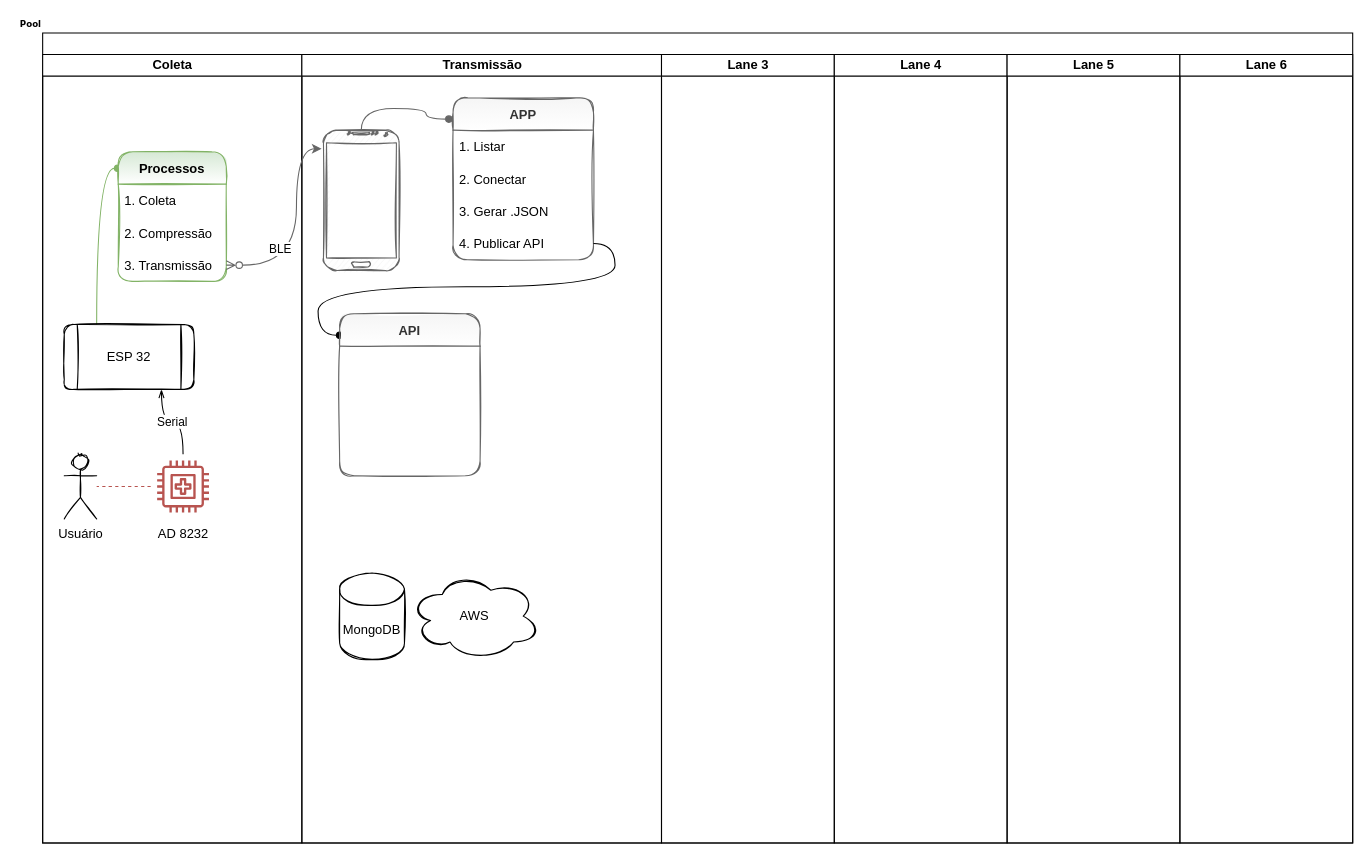
iamcalegari/app-ic keeps this draw.io diagram as Untitled Diagram.drawio. Above is the earlier version. Source tidied: cells renumbered, new cells numbered last; positions are measured from the earlier drawing's top-left corner, leaving out a move shared by most shapes. Both pictures are drawn from the tidied source at 108%, with x=0, y=0 at pixel (42, 32). Pictures stored in the file or linked from it are replaced by grey dashed boxes.
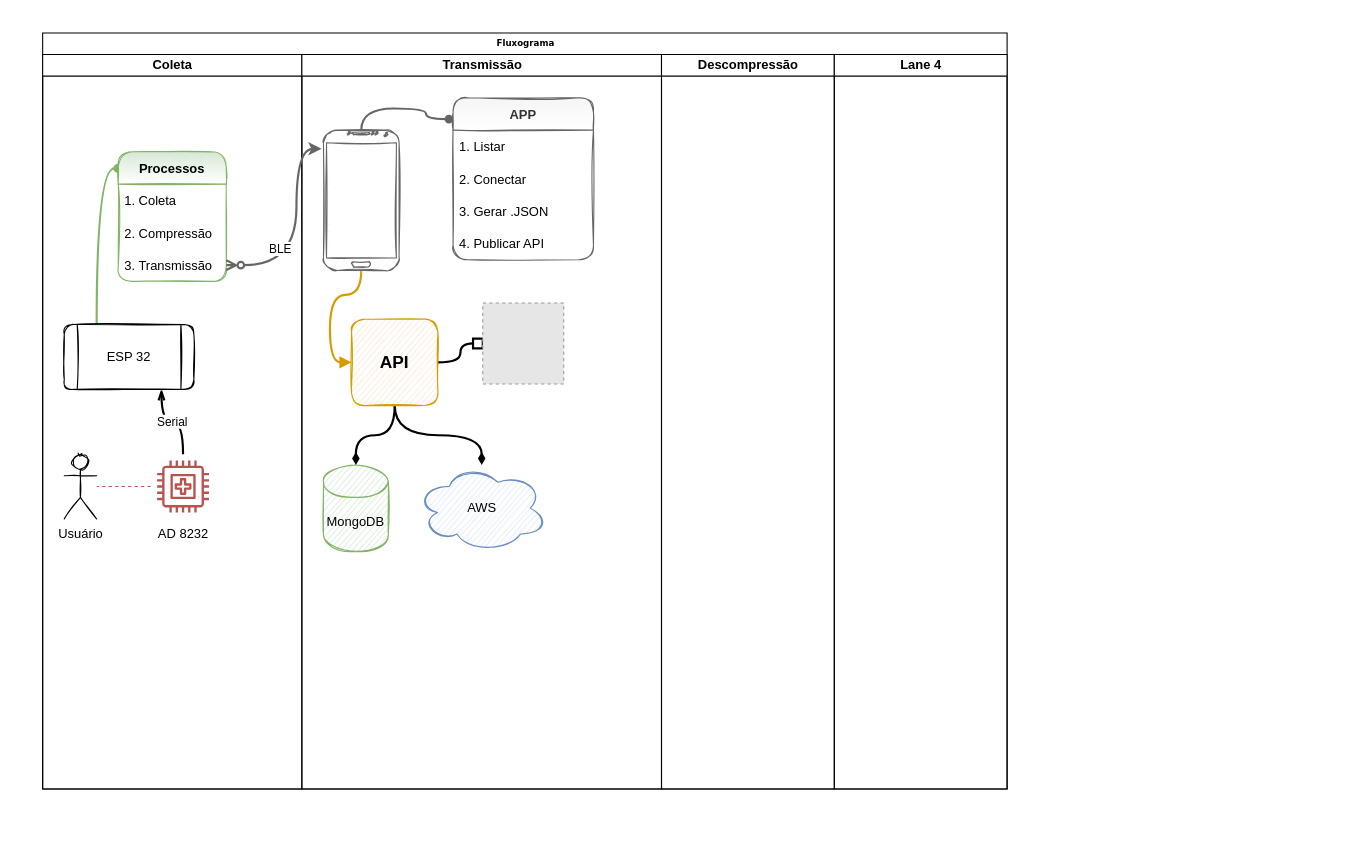
Above is the later version.

The change refers to these unchanged cells:
```xml
<mxCell id="7" value="AD 8232" style="sketch=0;outlineConnect=0;strokeColor=#b85450;fillColor=none;dashed=0;verticalLabelPosition=bottom;verticalAlign=top;align=center;html=1;fontSize=12;fontStyle=0;shape=mxgraph.aws4.resourceIcon;resIcon=mxgraph.aws4.medical_emergency;shadow=0;" parent="3" vertex="1">
  <mxGeometry x="100" y="370" width="60" height="60" as="geometry" />
</mxCell>
<mxCell id="9" value="ESP 32" style="shape=process;whiteSpace=wrap;html=1;backgroundOutline=1;glass=0;rounded=1;sketch=1;" parent="3" vertex="1">
  <mxGeometry x="20" y="250" width="120" height="60" as="geometry" />
</mxCell>
<mxCell id="10" value="Processos" style="swimlane;fontStyle=1;horizontal=1;startSize=30;glass=0;sketch=1;rounded=1;fillColor=#d5e8d4;strokeColor=#82b366;gradientColor=#ffffff;" parent="3" vertex="1">
  <mxGeometry x="70" y="90" width="100" height="120" as="geometry" />
</mxCell>
<mxCell id="13" value="3. Transmissão" style="text;strokeColor=none;fillColor=none;align=left;verticalAlign=middle;spacingLeft=4;spacingRight=4;overflow=hidden;points=[[0,0.5],[1,0.5]];portConstraint=eastwest;" parent="10" vertex="1">
  <mxGeometry y="90" width="100" height="30" as="geometry" />
</mxCell>
<mxCell id="16" style="verticalLabelPosition=bottom;verticalAlign=top;html=1;shadow=0;dashed=0;strokeWidth=1;shape=mxgraph.android.phone2;strokeColor=#666666;rounded=1;glass=0;sketch=1;fillColor=#f5f5f5;fontColor=#333333;" parent="14" vertex="1">
  <mxGeometry x="20" y="70" width="70" height="130" as="geometry" />
</mxCell>
<mxCell id="19" value="APP" style="swimlane;fontStyle=1;horizontal=1;startSize=30;glass=0;sketch=1;rounded=1;fillColor=#f5f5f5;strokeColor=#666666;fontColor=#333333;gradientColor=#ffffff;" parent="14" vertex="1">
  <mxGeometry x="140" y="40" width="130" height="150" as="geometry" />
</mxCell>
<mxCell id="24" value="4. Publicar API" style="text;strokeColor=none;fillColor=none;align=left;verticalAlign=middle;spacingLeft=4;spacingRight=4;overflow=hidden;points=[[0,0.5],[1,0.5]];portConstraint=eastwest;" parent="14" vertex="1">
  <mxGeometry x="140" y="160" width="130" height="30" as="geometry" />
</mxCell>
```

What changed in the source:
```diff
@@
-    <mxCell id="2" value="Pool" style="swimlane;startSize=20;rounded=0;shadow=0;labelBackgroundColor=none;strokeWidth=1;fontFamily=Verdana;fontSize=8;align=right;html=1;spacing=2;labelPosition=left;verticalLabelPosition=top;verticalAlign=bottom;" parent="1" vertex="1">
-      <mxGeometry width="1213" height="750" as="geometry" />
+    <mxCell id="2" value="Fluxograma" style="swimlane;startSize=20;rounded=0;shadow=0;labelBackgroundColor=none;strokeWidth=1;fontFamily=Verdana;fontSize=8;align=center;html=1;spacing=2;labelPosition=center;verticalLabelPosition=middle;verticalAlign=middle;" parent="1" vertex="1">
+      <mxGeometry width="893" height="700" as="geometry" />
     </mxCell>
     <mxCell id="3" value="Coleta" style="swimlane;html=1;startSize=20;" parent="2" vertex="1">
-      <mxGeometry y="20" width="240" height="730" as="geometry" />
+      <mxGeometry y="20" width="240" height="680" as="geometry" />
     </mxCell>
@@
-    <mxCell id="5" value="Serial" style="edgeStyle=orthogonalEdgeStyle;curved=1;jettySize=auto;html=1;entryX=0.75;entryY=1;entryDx=0;entryDy=0;endArrow=openThin;endFill=0;" parent="3" edge="1" source="7" target="9">
+    <mxCell id="5" value="Serial" style="edgeStyle=orthogonalEdgeStyle;curved=1;jettySize=auto;html=1;entryX=0.75;entryY=1;entryDx=0;entryDy=0;endArrow=openThin;endFill=0;strokeWidth=2;" parent="3" edge="1" source="7" target="9">
       <mxGeometry relative="1" as="geometry" />
     </mxCell>
@@
-    <mxCell id="8" style="edgeStyle=orthogonalEdgeStyle;curved=1;jettySize=auto;html=1;exitX=0.25;exitY=0;exitDx=0;exitDy=0;entryX=-0.006;entryY=0.128;entryDx=0;entryDy=0;entryPerimeter=0;endArrow=oval;endFill=1;fillColor=#d5e8d4;strokeColor=#82b366;" parent="3" edge="1" source="9" target="10">
+    <mxCell id="8" style="edgeStyle=orthogonalEdgeStyle;curved=1;jettySize=auto;html=1;exitX=0.25;exitY=0;exitDx=0;exitDy=0;entryX=-0.006;entryY=0.128;entryDx=0;entryDy=0;entryPerimeter=0;endArrow=oval;endFill=1;fillColor=#d5e8d4;strokeColor=#82b366;strokeWidth=2;" parent="3" edge="1" source="9" target="10">
       <mxGeometry relative="1" as="geometry" />
     </mxCell>
@@
     <mxCell id="14" value="Transmissão" style="swimlane;html=1;startSize=20;" parent="2" vertex="1">
-      <mxGeometry x="240" y="20" width="333" height="730" as="geometry" />
+      <mxGeometry x="240" y="20" width="333" height="680" as="geometry" />
     </mxCell>
-    <mxCell id="15" style="edgeStyle=orthogonalEdgeStyle;curved=1;jettySize=auto;html=1;entryX=-0.03;entryY=0.132;entryDx=0;entryDy=0;fontSize=9;startArrow=none;startFill=0;endArrow=oval;endFill=1;exitX=0.5;exitY=0;exitDx=0;exitDy=0;exitPerimeter=0;entryPerimeter=0;fillColor=#f5f5f5;strokeColor=#666666;" parent="14" edge="1" source="16" target="19">
+    <mxCell id="15" style="edgeStyle=orthogonalEdgeStyle;curved=1;jettySize=auto;html=1;entryX=-0.03;entryY=0.132;entryDx=0;entryDy=0;fontSize=9;startArrow=none;startFill=0;endArrow=oval;endFill=1;exitX=0.5;exitY=0;exitDx=0;exitDy=0;exitPerimeter=0;entryPerimeter=0;fillColor=#f5f5f5;strokeColor=#666666;strokeWidth=2;" parent="14" edge="1" source="16" target="19">
       <mxGeometry relative="1" as="geometry" />
     </mxCell>
+    <mxCell id="32" style="edgeStyle=orthogonalEdgeStyle;curved=1;jettySize=auto;html=1;entryX=0;entryY=0.5;entryDx=0;entryDy=0;fontSize=16;startArrow=none;startFill=0;endArrow=block;endFill=1;sketch=0;strokeWidth=2;fillColor=#ffe6cc;strokeColor=#d79b00;" parent="14" edge="1" source="16" target="26">
+      <mxGeometry relative="1" as="geometry" />
+    </mxCell>
@@
-    <mxCell id="17" value="MongoDB" style="shape=cylinder3;whiteSpace=wrap;html=1;boundedLbl=1;backgroundOutline=1;size=15;rounded=1;shadow=0;glass=0;sketch=1;fillColor=none;gradientColor=#ffffff;" parent="14" vertex="1">
-      <mxGeometry x="35" y="480" width="60" height="80" as="geometry" />
+    <mxCell id="17" value="MongoDB" style="shape=cylinder3;whiteSpace=wrap;html=1;boundedLbl=1;backgroundOutline=1;size=15;rounded=1;shadow=0;glass=0;sketch=1;fillColor=#d5e8d4;strokeColor=#82b366;" parent="14" vertex="1">
+      <mxGeometry x="20" y="380" width="60" height="80" as="geometry" />
     </mxCell>
-    <mxCell id="18" value="AWS" style="ellipse;shape=cloud;whiteSpace=wrap;html=1;rounded=1;shadow=0;glass=0;sketch=1;fillColor=none;gradientColor=#ffffff;" parent="14" vertex="1">
-      <mxGeometry x="100" y="480" width="120" height="80" as="geometry" />
+    <mxCell id="18" value="AWS" style="ellipse;shape=cloud;whiteSpace=wrap;html=1;rounded=1;shadow=0;glass=0;sketch=1;fillColor=#dae8fc;strokeColor=#6c8ebf;" parent="14" vertex="1">
+      <mxGeometry x="106.5" y="380" width="120" height="80" as="geometry" />
     </mxCell>
@@
-    <mxCell id="23" style="edgeStyle=orthogonalEdgeStyle;curved=1;jettySize=auto;html=1;exitX=1;exitY=0.5;exitDx=0;exitDy=0;entryX=0;entryY=0.133;entryDx=0;entryDy=0;entryPerimeter=0;fontSize=9;startArrow=none;startFill=0;endArrow=oval;endFill=1;" parent="14" edge="1" source="24" target="26">
-      <mxGeometry relative="1" as="geometry" />
-    </mxCell>
@@
+    <mxCell id="33" style="edgeStyle=orthogonalEdgeStyle;curved=1;sketch=0;jettySize=auto;html=1;exitX=0.5;exitY=1;exitDx=0;exitDy=0;entryX=0.5;entryY=0;entryDx=0;entryDy=0;entryPerimeter=0;fontSize=16;startArrow=none;startFill=0;endArrow=diamondThin;endFill=1;strokeWidth=2;" parent="14" edge="1" source="26" target="17">
+      <mxGeometry relative="1" as="geometry" />
+    </mxCell>
+    <mxCell id="34" style="edgeStyle=orthogonalEdgeStyle;curved=1;sketch=0;jettySize=auto;html=1;exitX=0.5;exitY=1;exitDx=0;exitDy=0;fontSize=16;startArrow=none;startFill=0;endArrow=diamondThin;endFill=1;strokeWidth=2;" parent="14" edge="1" source="26" target="18">
+      <mxGeometry relative="1" as="geometry" />
+    </mxCell>
+    <mxCell id="35" style="edgeStyle=orthogonalEdgeStyle;curved=1;sketch=0;jettySize=auto;html=1;entryX=0;entryY=0.5;entryDx=0;entryDy=0;fontSize=16;startArrow=none;startFill=0;endArrow=box;endFill=0;strokeWidth=2;" parent="14" edge="1" source="26" target="36">
+      <mxGeometry relative="1" as="geometry" />
+    </mxCell>
-    <mxCell id="26" value="API" style="swimlane;fontStyle=1;horizontal=1;startSize=30;glass=0;sketch=1;rounded=1;fillColor=#f5f5f5;strokeColor=#666666;fontColor=#333333;gradientColor=#ffffff;" parent="14" vertex="1">
-      <mxGeometry x="35" y="240" width="130" height="150" as="geometry" />
+    <mxCell id="26" value="&lt;font style=&quot;font-size: 16px;&quot;&gt;API&lt;/font&gt;" style="whiteSpace=wrap;html=1;rounded=1;shadow=0;glass=0;sketch=1;fontSize=9;fillColor=#ffe6cc;fontStyle=1;strokeColor=#d79b00;gradientDirection=radial;fillStyle=auto;" parent="14" vertex="1">
+      <mxGeometry x="46" y="245" width="80" height="80" as="geometry" />
     </mxCell>
+    <mxCell id="36" style="fillColor=#E6E6E6;strokeColor=#999999;dashed=1;html=1;verticalAlign=top;verticalLabelPosition=bottom;labelBackgroundColor=#ffffff;fontSize=16;" parent="14" vertex="1">
+      <mxGeometry x="167.5" y="230" width="75" height="75" as="geometry" />
+    </mxCell>
-    <mxCell id="27" value="Lane 3" style="swimlane;html=1;startSize=20;align=center;" parent="2" vertex="1">
-      <mxGeometry x="573" y="20" width="160" height="730" as="geometry" />
+    <mxCell id="27" value="Descompressão" style="swimlane;html=1;startSize=20;align=center;" parent="2" vertex="1">
+      <mxGeometry x="573" y="20" width="160" height="680" as="geometry" />
     </mxCell>
     <mxCell id="28" value="Lane 4" style="swimlane;html=1;startSize=20;" parent="2" vertex="1">
-      <mxGeometry x="733" y="20" width="160" height="730" as="geometry" />
+      <mxGeometry x="733" y="20" width="160" height="680" as="geometry" />
     </mxCell>
-    <mxCell id="29" value="Lane 5" style="swimlane;html=1;startSize=20;" parent="2" vertex="1">
-      <mxGeometry x="893" y="20" width="160" height="730" as="geometry" />
-    </mxCell>
-    <mxCell id="30" value="Lane 6" style="swimlane;html=1;startSize=20;" parent="2" vertex="1">
-      <mxGeometry x="1053" y="20" width="160" height="730" as="geometry" />
-    </mxCell>
-    <mxCell id="31" value="BLE" style="edgeStyle=orthogonalEdgeStyle;curved=1;jettySize=auto;html=1;entryX=-0.025;entryY=0.133;entryDx=0;entryDy=0;entryPerimeter=0;endArrow=classic;endFill=1;fillColor=#f5f5f5;strokeColor=#666666;startArrow=ERzeroToMany;startFill=0;" parent="2" edge="1" source="13" target="16">
+    <mxCell id="31" value="BLE" style="edgeStyle=orthogonalEdgeStyle;curved=1;jettySize=auto;html=1;entryX=-0.025;entryY=0.133;entryDx=0;entryDy=0;entryPerimeter=0;endArrow=classic;endFill=1;fillColor=#f5f5f5;strokeColor=#666666;startArrow=ERzeroToMany;startFill=0;strokeWidth=2;" parent="2" edge="1" source="13" target="16">
       <mxGeometry x="-0.49" y="15" relative="1" as="geometry">
         <Array as="points">
           <mxPoint x="235" y="215" />
           <mxPoint x="235" y="107" />
         </Array>
       </mxGeometry>
     </mxCell>
```
